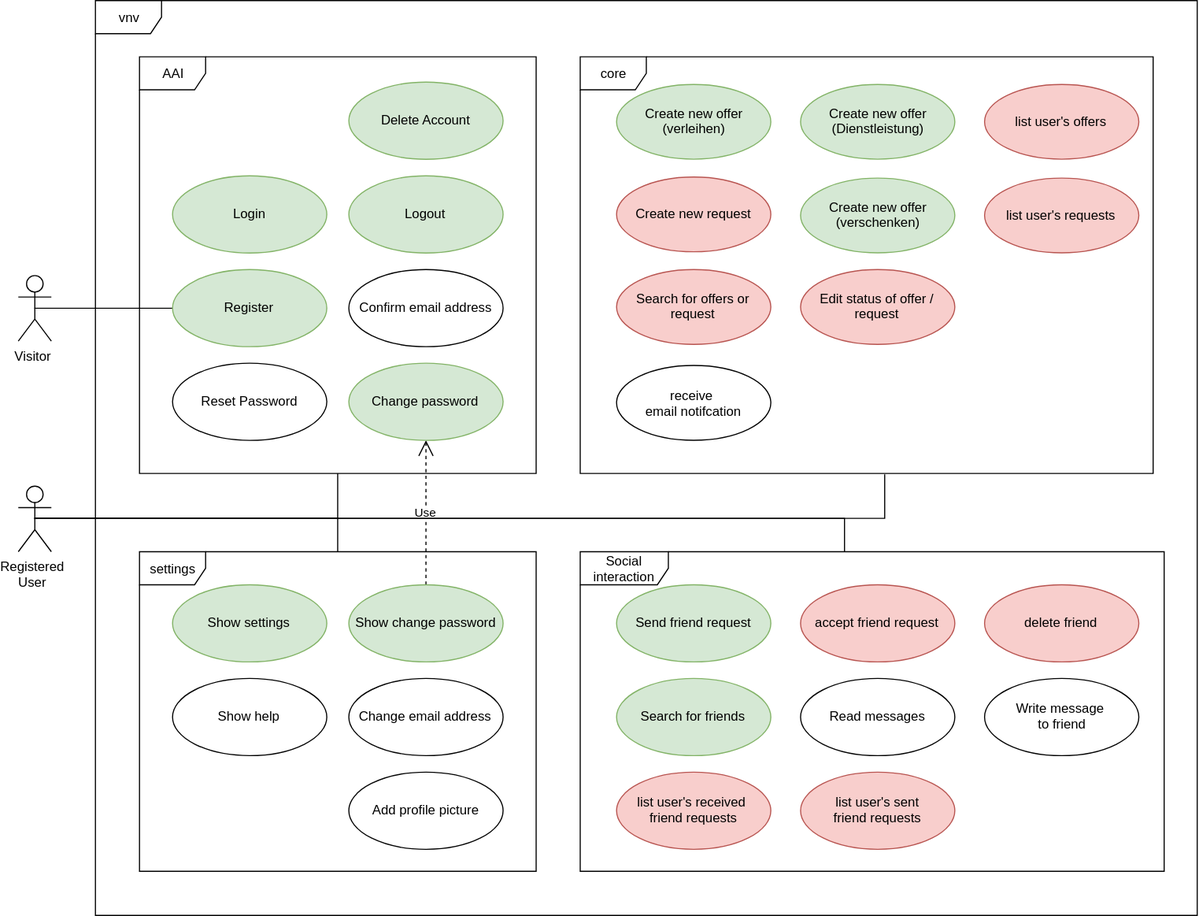
Above: doc/use cases/SRS.svg in WMerk/vnvDoc (draw.io), before the change. Source tidied: cells renumbered, new cells last; positions are measured from the earlier drawing's top-left corner, leaving out a move shared by most shapes.
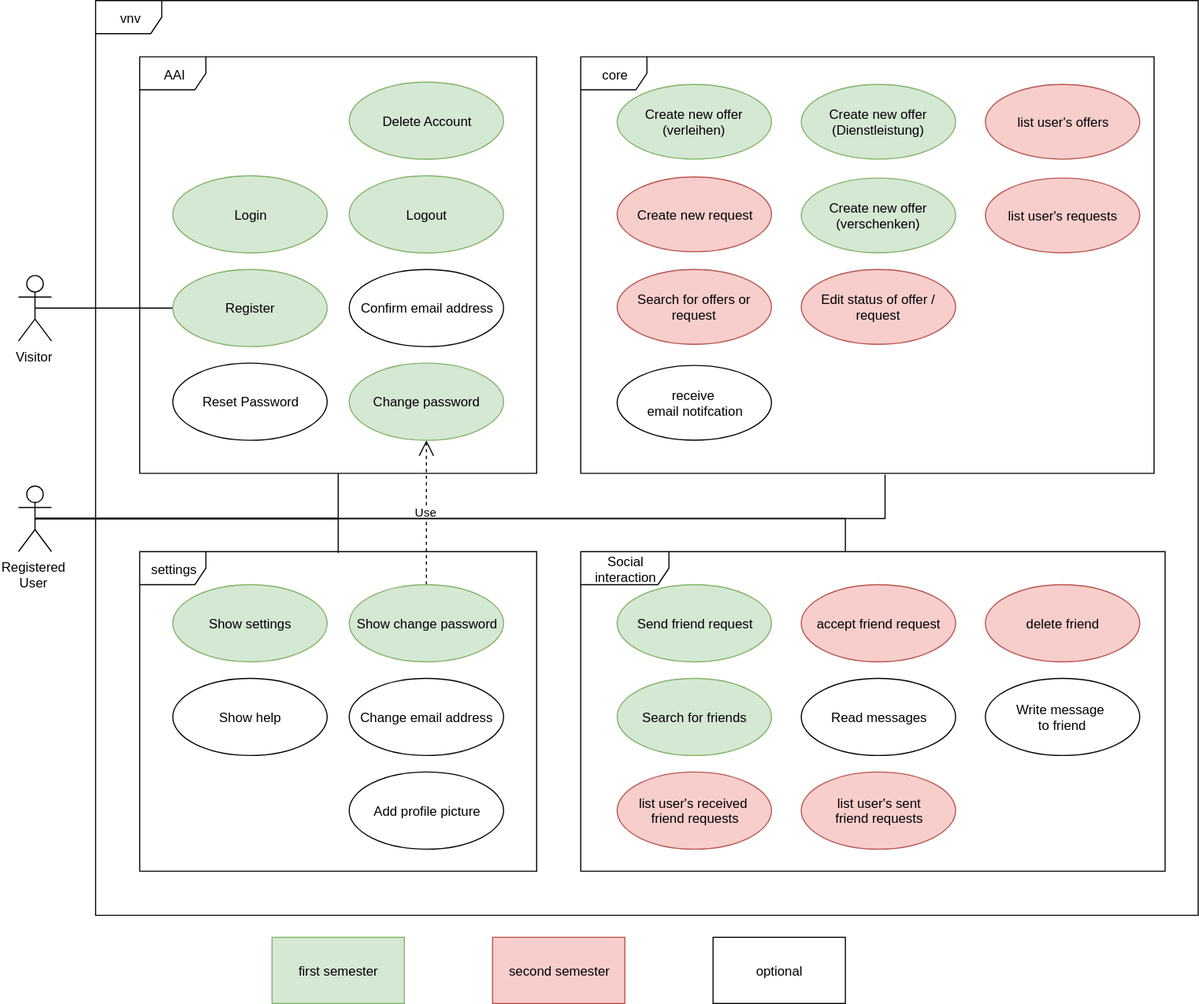
Later version of the same file.

Change to the diagram source:
```diff
@@ -144,5 +144,14 @@
     <mxCell id="47" value="accept friend request" style="ellipse;whiteSpace=wrap;html=1;fillColor=#f8cecc;strokeColor=#b85450;" parent="38" vertex="1">
       <mxGeometry x="200" y="30" width="140" height="70" as="geometry" />
     </mxCell>
+    <mxCell id="48" value="first semester" style="whiteSpace=wrap;html=1;fillColor=#d5e8d4;strokeColor=#82b366;" parent="1" vertex="1">
+      <mxGeometry x="230" y="850" width="120" height="60" as="geometry" />
+    </mxCell>
+    <mxCell id="49" value="second semester" style="whiteSpace=wrap;html=1;fillColor=#f8cecc;strokeColor=#b85450;" parent="1" vertex="1">
+      <mxGeometry x="430" y="850" width="120" height="60" as="geometry" />
+    </mxCell>
+    <mxCell id="50" value="optional" style="whiteSpace=wrap;html=1;" parent="1" vertex="1">
+      <mxGeometry x="630" y="850" width="120" height="60" as="geometry" />
+    </mxCell>
   </root>
 </mxGraphModel>
```
